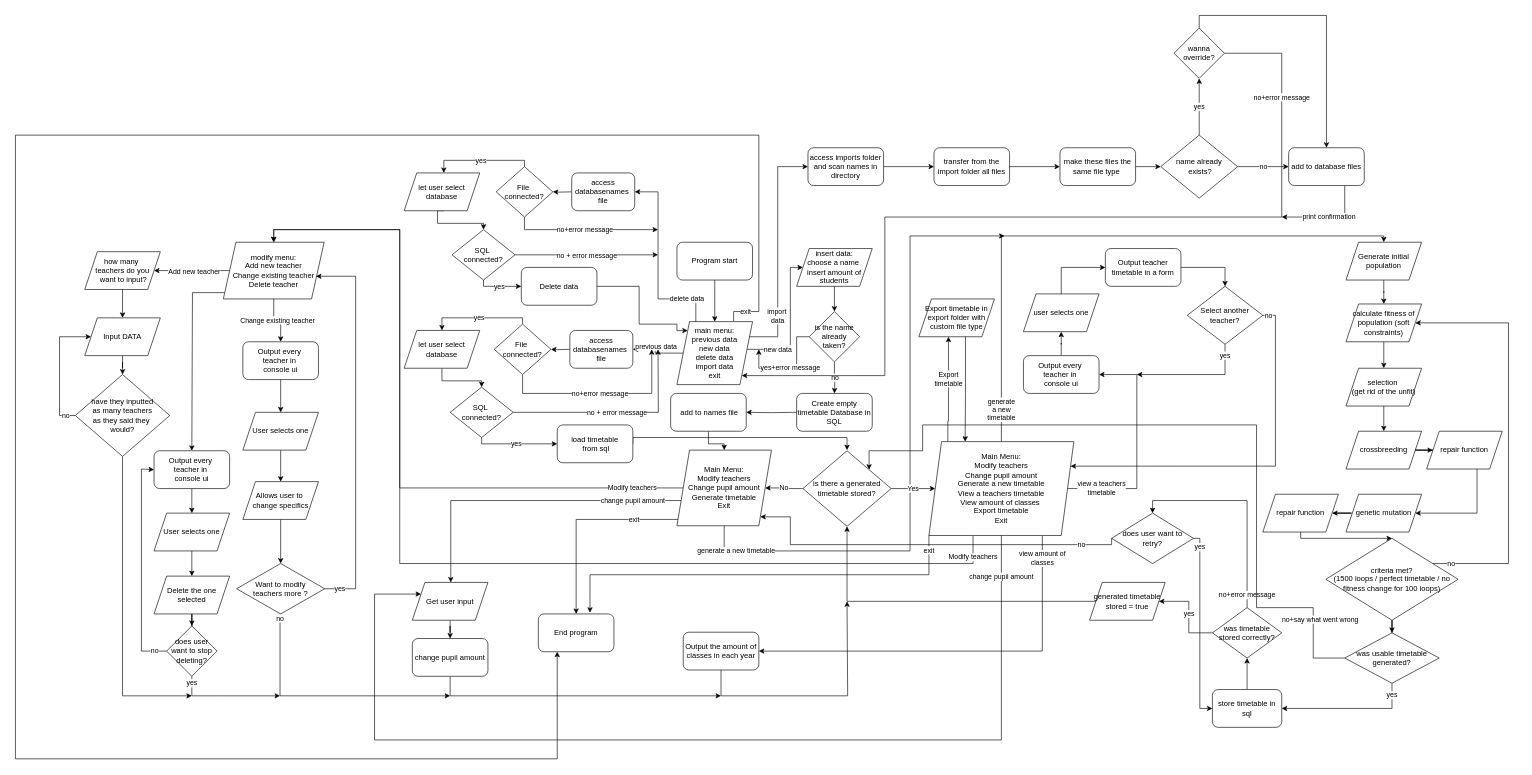
The draw.io diagram NEA.drawio in Fsmart2164/NEA-v1, before the edit. Source tidied: cells renumbered, new cells numbered last; positions are measured from the earlier drawing's top-left corner, leaving out a move shared by most shapes. Both pictures are drawn from the tidied source at 63%, with x=0, y=0 at pixel (15, 15).
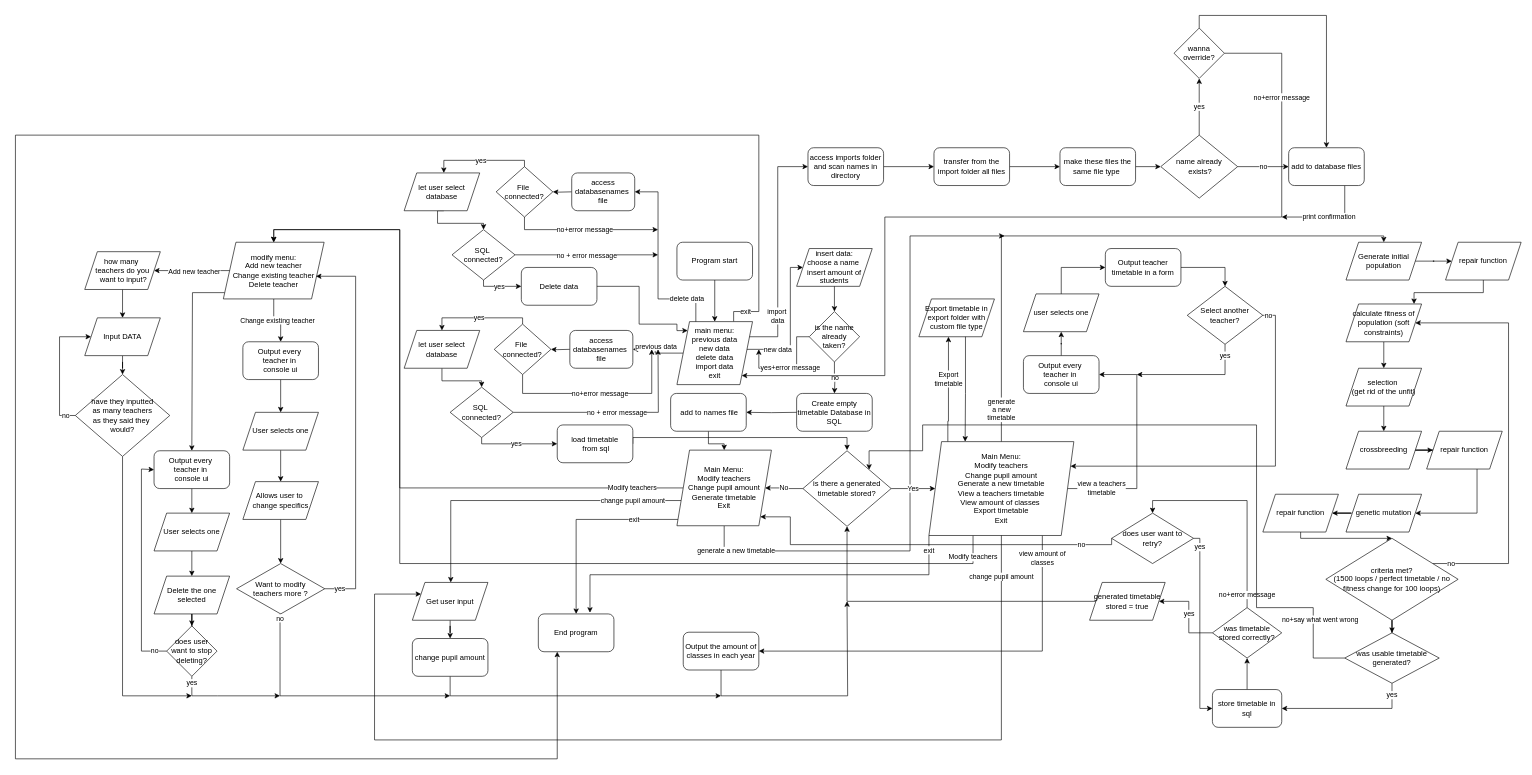
After the change.

The change refers to these unchanged cells:
```xml
<mxCell id="35" value="Generate initial population" style="shape=parallelogram;perimeter=parallelogramPerimeter;whiteSpace=wrap;html=1;fixedSize=1;" parent="1" vertex="1">
  <mxGeometry x="2112" y="360" width="120" height="60" as="geometry" />
</mxCell>
<mxCell id="37" value="calculate fitness of population (soft constraints)" style="shape=parallelogram;perimeter=parallelogramPerimeter;whiteSpace=wrap;html=1;fixedSize=1;" parent="1" vertex="1">
  <mxGeometry x="2112" y="458" width="120" height="60" as="geometry" />
</mxCell>
```

The edit, as a diff of the source:
```diff
@@
-    <mxCell id="34" style="edgeStyle=orthogonalEdgeStyle;rounded=0;jettySize=auto;html=1;" parent="1" edge="1" source="35" target="37">
-      <mxGeometry relative="1" as="geometry" />
+    <mxCell id="34" style="edgeStyle=orthogonalEdgeStyle;rounded=0;jettySize=auto;html=1;exitX=0.5;exitY=1;exitDx=0;exitDy=0;" parent="1" edge="1" source="153" target="37">
+      <mxGeometry relative="1" as="geometry">
+        <Array as="points">
+          <mxPoint x="2330" y="440" />
+          <mxPoint x="2220" y="440" />
+        </Array>
+      </mxGeometry>
     </mxCell>
+    <mxCell id="152" style="edgeStyle=orthogonalEdgeStyle;rounded=0;jettySize=auto;html=1;" parent="1" edge="1" source="35" target="153">
+      <mxGeometry relative="1" as="geometry" />
+    </mxCell>
@@
+    <mxCell id="153" value="repair function" style="shape=parallelogram;perimeter=parallelogramPerimeter;whiteSpace=wrap;html=1;fixedSize=1;" parent="1" vertex="1">
+      <mxGeometry x="2270" y="360" width="120" height="60" as="geometry" />
+    </mxCell>
```
